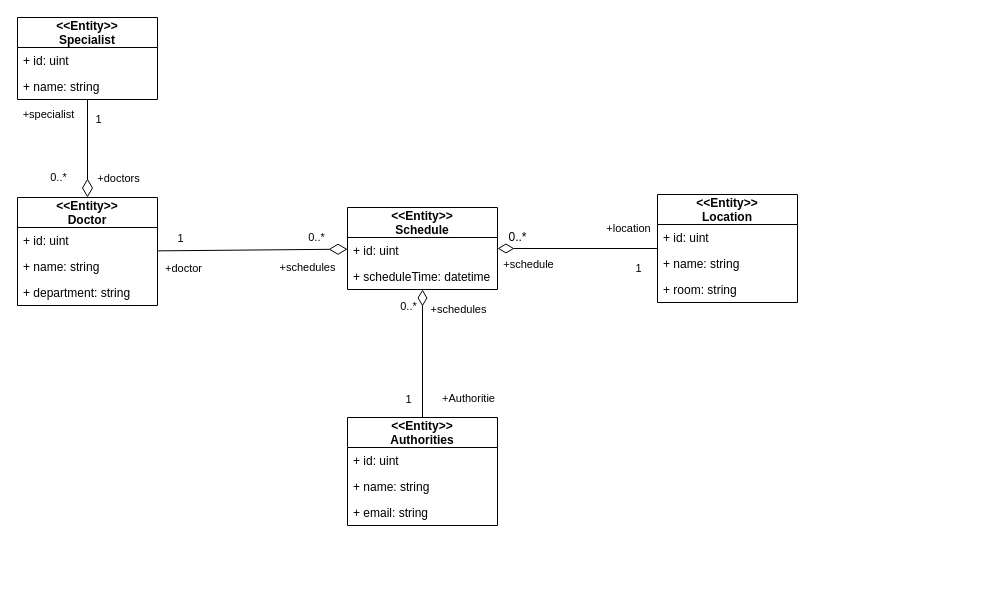
This is page "Design" (10 of 10) of ระบบนัดหมาย.drawio from nunpromporn/DoctorSchedule, a draw.io file, before an edit. Source tidied: cells renumbered, new cells numbered last; positions are measured from the earlier drawing's top-left corner, leaving out a move shared by most shapes. Both pictures are drawn from the tidied source at 100%, with x=0, y=0 at pixel (17, 17).
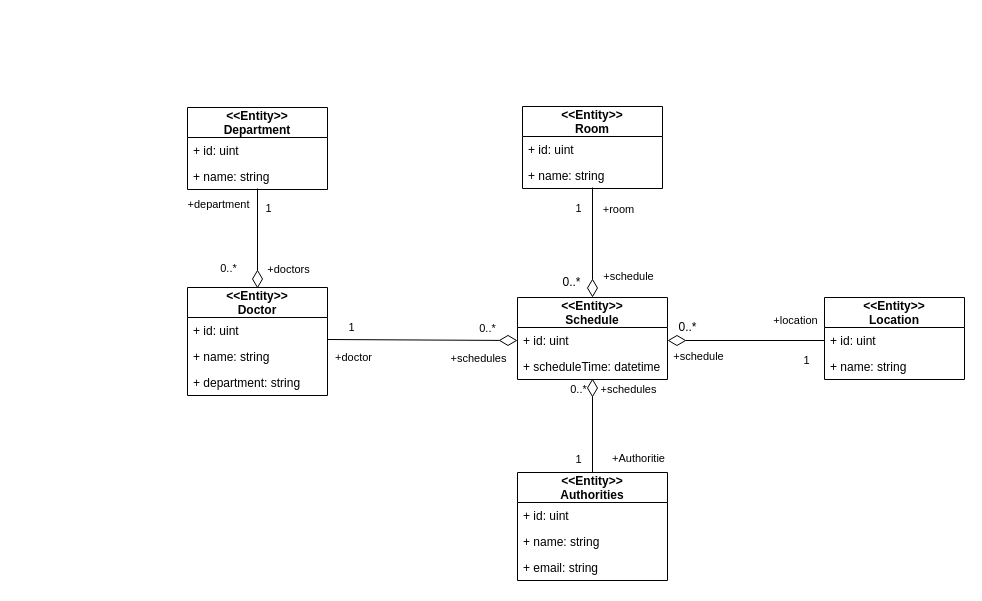
The same page after the edit.

Diff of the diagram source:
```diff
@@
-    <mxCell id="2" value="&lt;&lt;Entity&gt;&gt;&#10;Specialist" style="swimlane;fontStyle=1;horizontal=1;startSize=30;fillColor=none;" parent="1" vertex="1">
-      <mxGeometry width="140" height="82" as="geometry" />
-    </mxCell>
-    <mxCell id="3" value="+ id: uint" style="text;strokeColor=none;fillColor=none;align=left;verticalAlign=top;spacingLeft=4;spacingRight=4;overflow=hidden;" parent="2" vertex="1">
-      <mxGeometry y="30" width="140" height="26" as="geometry" />
-    </mxCell>
-    <mxCell id="4" value="+ name: string" style="text;strokeColor=none;fillColor=none;align=left;verticalAlign=top;spacingLeft=4;spacingRight=4;overflow=hidden;" parent="2" vertex="1">
-      <mxGeometry y="56" width="140" height="26" as="geometry" />
-    </mxCell>
+    <mxCell id="40" value="&lt;&lt;Entity&gt;&gt;&#10;Department" style="swimlane;fontStyle=1;horizontal=1;startSize=30;fillColor=none;" parent="1" vertex="1">
+      <mxGeometry x="170" y="90" width="140" height="82" as="geometry" />
+    </mxCell>
+    <mxCell id="41" value="+ id: uint" style="text;strokeColor=none;fillColor=none;align=left;verticalAlign=top;spacingLeft=4;spacingRight=4;overflow=hidden;" parent="40" vertex="1">
+      <mxGeometry y="30" width="140" height="26" as="geometry" />
+    </mxCell>
+    <mxCell id="42" value="+ name: string" style="text;strokeColor=none;fillColor=none;align=left;verticalAlign=top;spacingLeft=4;spacingRight=4;overflow=hidden;" parent="40" vertex="1">
+      <mxGeometry y="56" width="140" height="26" as="geometry" />
+    </mxCell>
     <mxCell id="5" value="&lt;&lt;Entity&gt;&gt;&#10;Doctor" style="swimlane;fontStyle=1;horizontal=1;startSize=30;fillColor=none;" parent="1" vertex="1">
-      <mxGeometry y="180" width="140" height="108" as="geometry" />
+      <mxGeometry x="170" y="270" width="140" height="108" as="geometry" />
     </mxCell>
-    <mxCell id="6" value="+ id: uint" style="text;strokeColor=none;fillColor=none;align=left;verticalAlign=top;spacingLeft=4;spacingRight=4;overflow=hidden;" parent="5" vertex="1">
-      <mxGeometry y="30" width="140" height="26" as="geometry" />
-    </mxCell>
-    <mxCell id="7" value="+ name: string" style="text;strokeColor=none;fillColor=none;align=left;verticalAlign=top;spacingLeft=4;spacingRight=4;overflow=hidden;" parent="5" vertex="1">
-      <mxGeometry y="56" width="140" height="26" as="geometry" />
-    </mxCell>
+    <mxCell id="43" value="+ id: uint" style="text;strokeColor=none;fillColor=none;align=left;verticalAlign=top;spacingLeft=4;spacingRight=4;overflow=hidden;" parent="5" vertex="1">
+      <mxGeometry y="30" width="140" height="26" as="geometry" />
+    </mxCell>
+    <mxCell id="44" value="+ name: string" style="text;strokeColor=none;fillColor=none;align=left;verticalAlign=top;spacingLeft=4;spacingRight=4;overflow=hidden;" parent="5" vertex="1">
+      <mxGeometry y="56" width="140" height="26" as="geometry" />
+    </mxCell>
@@
     <mxCell id="9" value="&lt;&lt;Entity&gt;&gt;&#10;Schedule" style="swimlane;fontStyle=1;horizontal=1;startSize=30;fillColor=none;" parent="1" vertex="1">
-      <mxGeometry x="330" y="190" width="150" height="82" as="geometry" />
+      <mxGeometry x="500" y="280" width="150" height="82" as="geometry" />
     </mxCell>
-    <mxCell id="10" value="+ id: uint" style="text;strokeColor=none;fillColor=none;align=left;verticalAlign=top;spacingLeft=4;spacingRight=4;overflow=hidden;" parent="9" vertex="1">
-      <mxGeometry y="30" width="150" height="26" as="geometry" />
-    </mxCell>
+    <mxCell id="45" value="+ id: uint" style="text;strokeColor=none;fillColor=none;align=left;verticalAlign=top;spacingLeft=4;spacingRight=4;overflow=hidden;points=[[0,0.5],[1,0.5]];portConstraint=eastwest;" parent="9" vertex="1">
+      <mxGeometry y="30" width="150" height="26" as="geometry" />
+    </mxCell>
@@
     <mxCell id="12" value="&lt;&lt;Entity&gt;&gt;&#10;Location" style="swimlane;fontStyle=1;horizontal=1;startSize=30;fillColor=none;" parent="1" vertex="1">
-      <mxGeometry x="640" y="177" width="140" height="108" as="geometry" />
+      <mxGeometry x="807" y="280" width="140" height="82" as="geometry" />
     </mxCell>
-    <mxCell id="13" value="+ id: uint" style="text;strokeColor=none;fillColor=none;align=left;verticalAlign=top;spacingLeft=4;spacingRight=4;overflow=hidden;" parent="12" vertex="1">
-      <mxGeometry y="30" width="140" height="26" as="geometry" />
-    </mxCell>
-    <mxCell id="14" value="+ name: string" style="text;strokeColor=none;fillColor=none;align=left;verticalAlign=top;spacingLeft=4;spacingRight=4;overflow=hidden;" parent="12" vertex="1">
-      <mxGeometry y="56" width="140" height="26" as="geometry" />
-    </mxCell>
-    <mxCell id="15" value="+ room: string" style="text;strokeColor=none;fillColor=none;align=left;verticalAlign=top;spacingLeft=4;spacingRight=4;overflow=hidden;" parent="12" vertex="1">
-      <mxGeometry y="82" width="140" height="26" as="geometry" />
-    </mxCell>
+    <mxCell id="46" value="+ id: uint" style="text;strokeColor=none;fillColor=none;align=left;verticalAlign=top;spacingLeft=4;spacingRight=4;overflow=hidden;points=[[0,0.5],[1,0.5]];portConstraint=eastwest;" parent="12" vertex="1">
+      <mxGeometry y="30" width="140" height="26" as="geometry" />
+    </mxCell>
+    <mxCell id="47" value="+ name: string" style="text;strokeColor=none;fillColor=none;align=left;verticalAlign=top;spacingLeft=4;spacingRight=4;overflow=hidden;" parent="12" vertex="1">
+      <mxGeometry y="56" width="140" height="26" as="geometry" />
+    </mxCell>
     <mxCell id="16" value="&lt;&lt;Entity&gt;&gt;&#10;Authorities" style="swimlane;fontStyle=1;horizontal=1;startSize=30;fillColor=none;" parent="1" vertex="1">
-      <mxGeometry x="330" y="400" width="150" height="108" as="geometry" />
+      <mxGeometry x="500" y="455" width="150" height="108" as="geometry" />
     </mxCell>
-    <mxCell id="17" value="+ id: uint" style="text;strokeColor=none;fillColor=none;align=left;verticalAlign=top;spacingLeft=4;spacingRight=4;overflow=hidden;" parent="16" vertex="1">
-      <mxGeometry y="30" width="150" height="26" as="geometry" />
-    </mxCell>
+    <mxCell id="48" value="+ id: uint" style="text;strokeColor=none;fillColor=none;align=left;verticalAlign=top;spacingLeft=4;spacingRight=4;overflow=hidden;" parent="16" vertex="1">
+      <mxGeometry y="30" width="150" height="26" as="geometry" />
+    </mxCell>
@@
-    <mxCell id="20" style="html=1;endArrow=diamondThin;elbow=vertical;rounded=1;startArrow=none;startFill=0;endSize=16;startSize=14;endFill=0;" parent="1" edge="1" source="2" target="5">
-      <mxGeometry relative="1" as="geometry" />
-    </mxCell>
-    <mxCell id="21" value="+specialist" style="edgeLabel;html=1;align=center;verticalAlign=middle;" parent="20" vertex="1">
-      <mxGeometry x="-0.71" y="-1" relative="1" as="geometry">
-        <mxPoint x="-39" as="offset" />
-      </mxGeometry>
-    </mxCell>
-    <mxCell id="22" value="1" style="edgeLabel;html=1;align=center;verticalAlign=middle;" parent="20" vertex="1">
-      <mxGeometry x="-0.58" y="-2" relative="1" as="geometry">
-        <mxPoint x="12" y="-2" as="offset" />
-      </mxGeometry>
-    </mxCell>
-    <mxCell id="23" value="0..*" style="edgeLabel;html=1;align=center;verticalAlign=middle;" parent="20" vertex="1">
-      <mxGeometry x="0.58" y="1" relative="1" as="geometry">
-        <mxPoint x="-31" as="offset" />
-      </mxGeometry>
-    </mxCell>
+    <mxCell id="49" style="html=1;endArrow=diamondThin;elbow=vertical;rounded=1;endFill=0;endSize=16;startSize=16;targetPerimeterSpacing=16;sourcePerimeterSpacing=16;entryX=0.5;entryY=0;entryDx=0;entryDy=0;" parent="1" edge="1">
+      <mxGeometry relative="1" as="geometry">
+        <mxPoint x="240" y="171" as="sourcePoint" />
+        <mxPoint x="240" y="271" as="targetPoint" />
+      </mxGeometry>
+    </mxCell>
+    <mxCell id="50" value="+department" style="edgeLabel;html=1;align=center;verticalAlign=middle;" parent="49" vertex="1">
+      <mxGeometry x="-0.71" y="-1" relative="1" as="geometry">
+        <mxPoint x="-39" as="offset" />
+      </mxGeometry>
+    </mxCell>
+    <mxCell id="51" value="1" style="edgeLabel;html=1;align=center;verticalAlign=middle;" parent="49" vertex="1">
+      <mxGeometry x="-0.58" y="-2" relative="1" as="geometry">
+        <mxPoint x="12" y="-2" as="offset" />
+      </mxGeometry>
+    </mxCell>
+    <mxCell id="52" value="0..*" style="edgeLabel;html=1;align=center;verticalAlign=middle;" parent="49" vertex="1">
+      <mxGeometry x="0.58" y="1" relative="1" as="geometry">
+        <mxPoint x="-31" as="offset" />
+      </mxGeometry>
+    </mxCell>
-    <mxCell id="24" value="+doctors" style="edgeLabel;html=1;align=center;verticalAlign=middle;" parent="20" vertex="1">
+    <mxCell id="24" value="+doctors" style="edgeLabel;html=1;align=center;verticalAlign=middle;" parent="49" vertex="1">
       <mxGeometry x="0.6" y="1" relative="1" as="geometry">
         <mxPoint x="29" as="offset" />
       </mxGeometry>
     </mxCell>
-    <mxCell id="25" style="html=1;endArrow=diamondThin;elbow=vertical;rounded=1;endFill=0;endSize=16;startSize=14;" parent="1" edge="1" source="5" target="9">
-      <mxGeometry relative="1" as="geometry" />
-    </mxCell>
-    <mxCell id="26" value="1" style="edgeLabel;html=1;align=center;verticalAlign=middle;" parent="25" vertex="1">
-      <mxGeometry x="-0.76" y="2" relative="1" as="geometry">
-        <mxPoint y="-11" as="offset" />
-      </mxGeometry>
-    </mxCell>
+    <mxCell id="53" style="html=1;endArrow=diamondThin;elbow=vertical;rounded=1;endFill=0;endSize=16;startSize=16;targetPerimeterSpacing=16;sourcePerimeterSpacing=16;entryX=0;entryY=0.5;entryDx=0;entryDy=0;" parent="1" edge="1" target="45">
+      <mxGeometry relative="1" as="geometry">
+        <mxPoint x="310" y="322" as="sourcePoint" />
+      </mxGeometry>
+    </mxCell>
+    <mxCell id="54" value="1" style="edgeLabel;html=1;align=center;verticalAlign=middle;" parent="53" vertex="1">
+      <mxGeometry x="-0.76" y="2" relative="1" as="geometry">
+        <mxPoint y="-11" as="offset" />
+      </mxGeometry>
+    </mxCell>
-    <mxCell id="27" value="+doctor" style="edgeLabel;html=1;align=center;verticalAlign=middle;" parent="25" vertex="1">
+    <mxCell id="27" value="+doctor" style="edgeLabel;html=1;align=center;verticalAlign=middle;" parent="53" vertex="1">
       <mxGeometry x="-0.73" relative="1" as="geometry">
         <mxPoint y="17" as="offset" />
       </mxGeometry>
     </mxCell>
-    <mxCell id="28" value="0..*" style="edgeLabel;html=1;align=center;verticalAlign=middle;" parent="25" vertex="1">
-      <mxGeometry x="0.71" y="2" relative="1" as="geometry">
-        <mxPoint x="-3" y="-10" as="offset" />
-      </mxGeometry>
-    </mxCell>
-    <mxCell id="29" value="+schedules" style="edgeLabel;html=1;align=center;verticalAlign=middle;" parent="25" vertex="1">
-      <mxGeometry x="0.67" y="2" relative="1" as="geometry">
-        <mxPoint x="-9" y="20" as="offset" />
-      </mxGeometry>
-    </mxCell>
-    <mxCell id="30" style="html=1;endArrow=none;elbow=vertical;rounded=1;startArrow=diamondThin;startFill=0;endSize=16;startSize=14;" parent="1" edge="1" source="9" target="12">
-      <mxGeometry relative="1" as="geometry" />
-    </mxCell>
-    <mxCell id="31" value="+schedule" style="edgeLabel;html=1;align=center;verticalAlign=middle;" parent="30" vertex="1">
-      <mxGeometry x="-0.86" relative="1" as="geometry">
-        <mxPoint x="19" y="15" as="offset" />
-      </mxGeometry>
-    </mxCell>
-    <mxCell id="32" value="1" style="edgeLabel;html=1;align=center;verticalAlign=middle;" parent="30" vertex="1">
-      <mxGeometry x="0.64" y="-2" relative="1" as="geometry">
-        <mxPoint x="9" y="17" as="offset" />
-      </mxGeometry>
-    </mxCell>
+    <mxCell id="55" value="0..*" style="edgeLabel;html=1;align=center;verticalAlign=middle;" parent="53" vertex="1">
+      <mxGeometry x="0.71" y="2" relative="1" as="geometry">
+        <mxPoint x="-3" y="-10" as="offset" />
+      </mxGeometry>
+    </mxCell>
+    <mxCell id="56" value="+schedules" style="edgeLabel;html=1;align=center;verticalAlign=middle;" parent="53" vertex="1">
+      <mxGeometry x="0.67" y="2" relative="1" as="geometry">
+        <mxPoint x="-9" y="20" as="offset" />
+      </mxGeometry>
+    </mxCell>
+    <mxCell id="57" style="html=1;endArrow=none;elbow=vertical;rounded=1;startArrow=diamondThin;startFill=0;endSize=16;startSize=16;targetPerimeterSpacing=16;endFill=0;sourcePerimeterSpacing=16;entryX=0;entryY=0.5;entryDx=0;entryDy=0;exitX=1;exitY=0.5;exitDx=0;exitDy=0;" parent="1" edge="1" source="45" target="46">
+      <mxGeometry relative="1" as="geometry" />
+    </mxCell>
+    <mxCell id="58" value="+schedule" style="edgeLabel;html=1;align=center;verticalAlign=middle;" parent="57" vertex="1">
+      <mxGeometry x="-0.86" relative="1" as="geometry">
+        <mxPoint x="19" y="15" as="offset" />
+      </mxGeometry>
+    </mxCell>
+    <mxCell id="59" value="1" style="edgeLabel;html=1;align=center;verticalAlign=middle;" parent="57" vertex="1">
+      <mxGeometry x="0.64" y="-2" relative="1" as="geometry">
+        <mxPoint x="9" y="17" as="offset" />
+      </mxGeometry>
+    </mxCell>
-    <mxCell id="33" value="+location" style="edgeLabel;html=1;align=center;verticalAlign=middle;" parent="30" vertex="1">
+    <mxCell id="33" value="+location" style="edgeLabel;html=1;align=center;verticalAlign=middle;" parent="57" vertex="1">
       <mxGeometry x="0.62" y="1" relative="1" as="geometry">
         <mxPoint y="-20" as="offset" />
       </mxGeometry>
     </mxCell>
-    <mxCell id="34" style="html=1;endArrow=none;elbow=vertical;rounded=1;endFill=0;startArrow=diamondThin;startFill=0;endSize=16;startSize=14;" parent="1" edge="1" source="9" target="16">
-      <mxGeometry relative="1" as="geometry" />
-    </mxCell>
-    <mxCell id="35" value="0..*" style="edgeLabel;html=1;align=center;verticalAlign=middle;" parent="34" vertex="1">
-      <mxGeometry x="-0.65" relative="1" as="geometry">
-        <mxPoint x="-15" y="-6" as="offset" />
-      </mxGeometry>
-    </mxCell>
-    <mxCell id="36" value="+schedules" style="edgeLabel;html=1;align=center;verticalAlign=middle;" parent="34" vertex="1">
-      <mxGeometry x="-0.49" y="1" relative="1" as="geometry">
-        <mxPoint x="34" y="-14" as="offset" />
-      </mxGeometry>
-    </mxCell>
-    <mxCell id="37" value="1" style="edgeLabel;html=1;align=center;verticalAlign=middle;" parent="34" vertex="1">
-      <mxGeometry x="0.71" relative="1" as="geometry">
-        <mxPoint x="-15" as="offset" />
-      </mxGeometry>
-    </mxCell>
+    <mxCell id="60" style="html=1;endArrow=none;elbow=vertical;rounded=1;endSize=16;startSize=16;endFill=0;targetPerimeterSpacing=16;sourcePerimeterSpacing=16;startArrow=diamondThin;startFill=0;entryX=0.5;entryY=0;entryDx=0;entryDy=0;" parent="1" edge="1" target="16">
+      <mxGeometry relative="1" as="geometry">
+        <mxPoint x="575" y="361" as="sourcePoint" />
+      </mxGeometry>
+    </mxCell>
+    <mxCell id="61" value="0..*" style="edgeLabel;html=1;align=center;verticalAlign=middle;" parent="60" vertex="1">
+      <mxGeometry x="-0.65" relative="1" as="geometry">
+        <mxPoint x="-15" y="-6" as="offset" />
+      </mxGeometry>
+    </mxCell>
+    <mxCell id="62" value="+schedules" style="edgeLabel;html=1;align=center;verticalAlign=middle;" parent="60" vertex="1">
+      <mxGeometry x="-0.49" y="1" relative="1" as="geometry">
+        <mxPoint x="34" y="-14" as="offset" />
+      </mxGeometry>
+    </mxCell>
+    <mxCell id="63" value="1" style="edgeLabel;html=1;align=center;verticalAlign=middle;" parent="60" vertex="1">
+      <mxGeometry x="0.71" relative="1" as="geometry">
+        <mxPoint x="-15" as="offset" />
+      </mxGeometry>
+    </mxCell>
-    <mxCell id="38" value="+Authoritie" style="edgeLabel;html=1;align=center;verticalAlign=middle;" parent="34" vertex="1">
+    <mxCell id="38" value="+Authoritie" style="edgeLabel;html=1;align=center;verticalAlign=middle;" parent="60" vertex="1">
       <mxGeometry x="0.74" y="3" relative="1" as="geometry">
         <mxPoint x="42" y="-3" as="offset" />
       </mxGeometry>
     </mxCell>
-    <mxCell id="39" value="0..*" style="text;html=1;align=center;verticalAlign=middle;strokeColor=none;fillColor=none;" parent="1" vertex="1">
-      <mxGeometry x="480" y="205" width="40" height="30" as="geometry" />
-    </mxCell>
+    <mxCell id="64" value="0..*" style="text;html=1;align=center;verticalAlign=middle;strokeColor=none;fillColor=none;" parent="1" vertex="1">
+      <mxGeometry x="650" y="295" width="40" height="30" as="geometry" />
+    </mxCell>
+    <mxCell id="65" value="&lt;&lt;Entity&gt;&gt;&#10;Room" style="swimlane;fontStyle=1;horizontal=1;startSize=30;fillColor=none;" parent="1" vertex="1">
+      <mxGeometry x="505" y="89" width="140" height="82" as="geometry" />
+    </mxCell>
+    <mxCell id="66" value="+ id: uint" style="text;strokeColor=none;fillColor=none;align=left;verticalAlign=top;spacingLeft=4;spacingRight=4;overflow=hidden;" parent="65" vertex="1">
+      <mxGeometry y="30" width="140" height="26" as="geometry" />
+    </mxCell>
+    <mxCell id="67" value="+ name: string" style="text;strokeColor=none;fillColor=none;align=left;verticalAlign=top;spacingLeft=4;spacingRight=4;overflow=hidden;" parent="65" vertex="1">
+      <mxGeometry y="56" width="140" height="26" as="geometry" />
+    </mxCell>
+    <mxCell id="68" style="html=1;endArrow=none;elbow=vertical;rounded=1;exitX=0.5;exitY=0;exitDx=0;exitDy=0;targetPerimeterSpacing=16;sourcePerimeterSpacing=16;endSize=16;startSize=16;startArrow=diamondThin;startFill=0;" parent="1" edge="1" source="9">
+      <mxGeometry relative="1" as="geometry">
+        <mxPoint x="575" y="170" as="targetPoint" />
+      </mxGeometry>
+    </mxCell>
+    <mxCell id="69" value="+schedule" style="edgeLabel;html=1;align=center;verticalAlign=middle;" parent="68" vertex="1">
+      <mxGeometry x="-0.86" relative="1" as="geometry">
+        <mxPoint x="35" y="-14" as="offset" />
+      </mxGeometry>
+    </mxCell>
+    <mxCell id="70" value="1" style="edgeLabel;html=1;align=center;verticalAlign=middle;" parent="68" vertex="1">
+      <mxGeometry x="0.64" y="-2" relative="1" as="geometry">
+        <mxPoint x="-17" as="offset" />
+      </mxGeometry>
+    </mxCell>
+    <mxCell id="71" value="+room" style="edgeLabel;html=1;align=center;verticalAlign=middle;" parent="68" vertex="1">
+      <mxGeometry x="0.62" y="1" relative="1" as="geometry">
+        <mxPoint x="26" as="offset" />
+      </mxGeometry>
+    </mxCell>
+    <mxCell id="72" value="0..*" style="text;html=1;align=center;verticalAlign=middle;strokeColor=none;fillColor=none;" parent="1" vertex="1">
+      <mxGeometry x="534" y="250" width="40" height="30" as="geometry" />
+    </mxCell>
```
